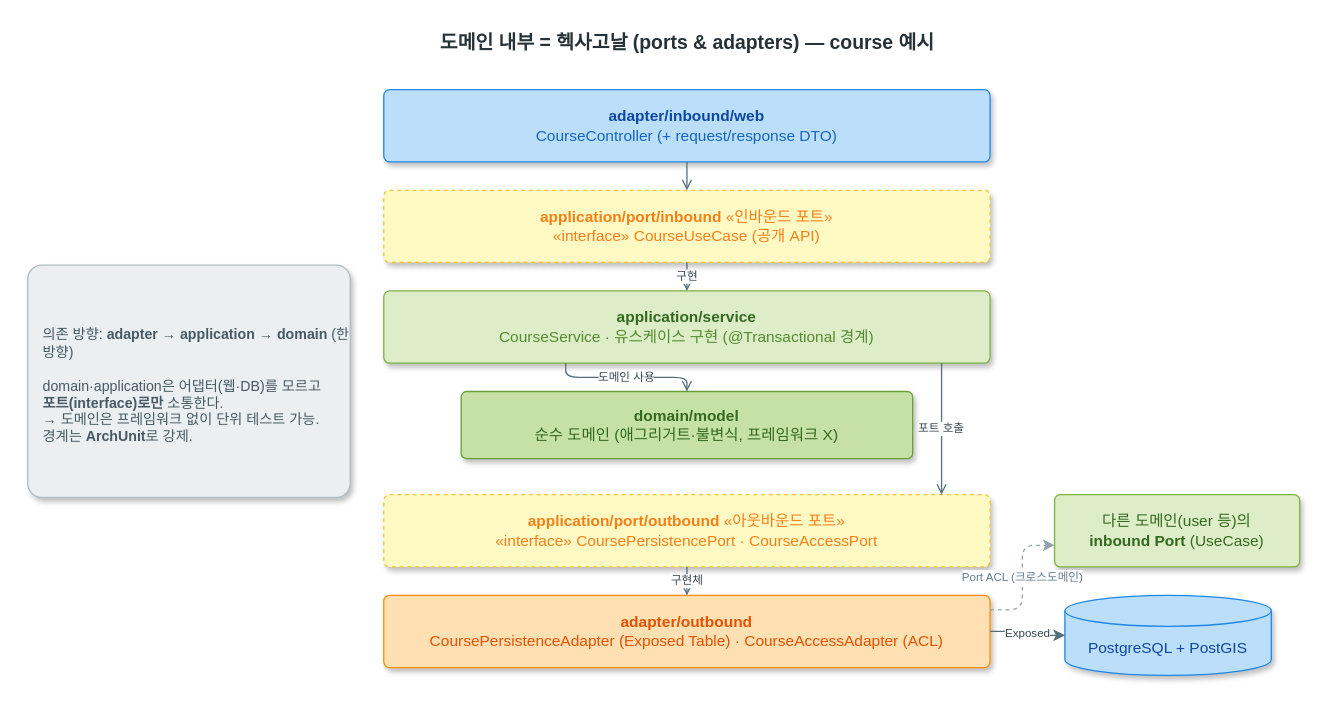
Before: docs/hexagonal.drawio in swmaestro-732/BackEnd, a draw.io diagram. Source tidied: cells renumbered, new cells numbered last; positions are measured from the earlier drawing's top-left corner, leaving out a move shared by most shapes. Both pictures are drawn from the tidied source at 129%, with x=0, y=0 at pixel (27, 22).
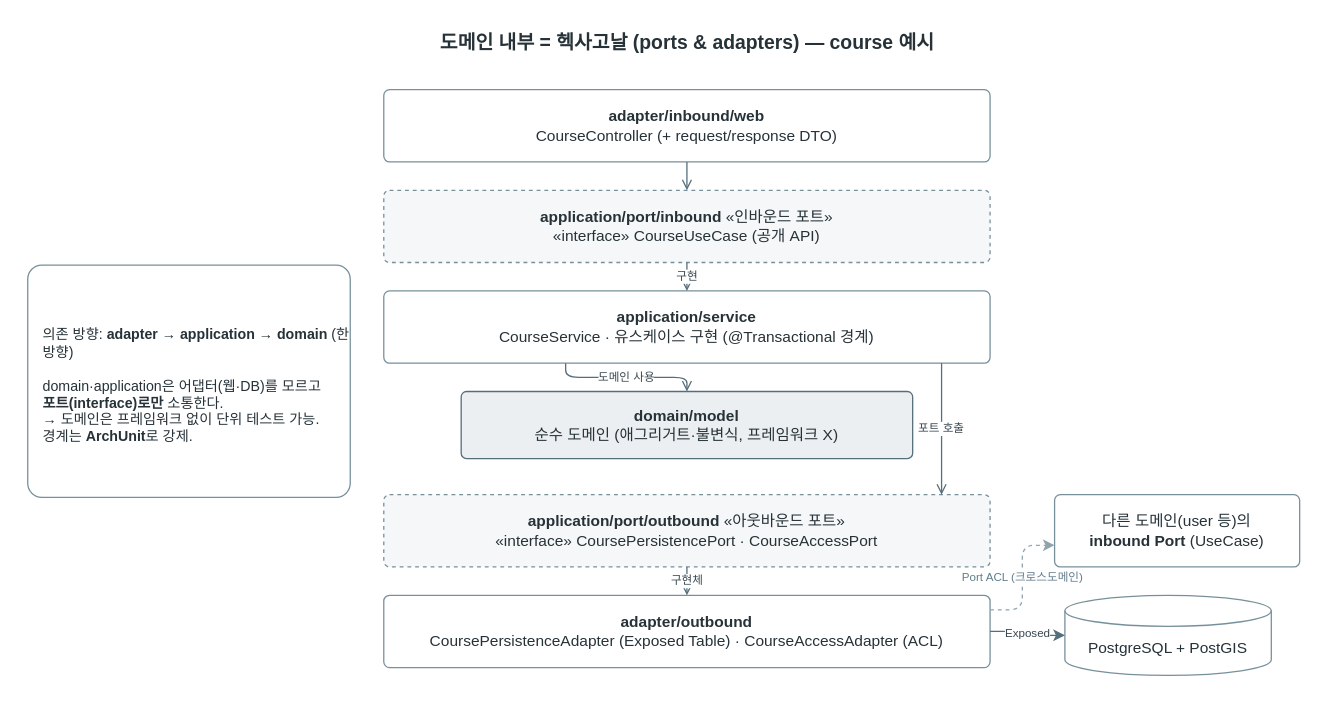
After the change.

Commit message (it also covers changes not shown here):
docs: 헥사고날 다이어그램 무채색 정리, 모니터링을 Grafana 아이콘으로 교체 (SCRUM-557)

What changed in the source:
```diff
@@
 <mxGraphModel>
   <root>
     <mxCell id="0" />
     <mxCell id="1" parent="0" />
     <mxCell id="2" value="도메인 내부 = 헥사고날 (ports &amp; adapters) — course 예시" style="text;html=1;fontStyle=1;fontSize=15;align=center;fontColor=#263238;" parent="1" vertex="1">
       <mxGeometry x="276" width="470" height="30" as="geometry" />
     </mxCell>
-    <mxCell id="3" value="&lt;b&gt;adapter/inbound/web&lt;/b&gt;&lt;br&gt;&lt;font color=&quot;#1565C0&quot;&gt;CourseController (+ request/response DTO)&lt;/font&gt;" style="rounded=1;whiteSpace=wrap;html=1;fillColor=#BBDEFB;strokeColor=#1E88E5;fontColor=#0D47A1;shadow=1;arcSize=8;" parent="1" vertex="1">
+    <mxCell id="3" value="&lt;b&gt;adapter/inbound/web&lt;/b&gt;&lt;br&gt;CourseController (+ request/response DTO)" style="rounded=1;whiteSpace=wrap;html=1;fillColor=#FFFFFF;strokeColor=#78909C;fontColor=#263238;arcSize=8;" parent="1" vertex="1">
       <mxGeometry x="276" y="52" width="470" height="56" as="geometry" />
     </mxCell>
-    <mxCell id="4" value="&lt;b&gt;application/port/inbound&lt;/b&gt;  «인바운드 포트»&lt;br&gt;&lt;font color=&quot;#F57F17&quot;&gt;«interface» CourseUseCase (공개 API)&lt;/font&gt;" style="rounded=1;whiteSpace=wrap;html=1;fillColor=#FFF9C4;strokeColor=#FBC02D;fontColor=#F57F17;dashed=1;shadow=1;arcSize=8;" parent="1" vertex="1">
+    <mxCell id="4" value="&lt;b&gt;application/port/inbound&lt;/b&gt;  «인바운드 포트»&lt;br&gt;«interface» CourseUseCase (공개 API)" style="rounded=1;whiteSpace=wrap;html=1;fillColor=#F5F7F8;strokeColor=#78909C;fontColor=#263238;dashed=1;arcSize=8;" parent="1" vertex="1">
       <mxGeometry x="276" y="130" width="470" height="56" as="geometry" />
     </mxCell>
-    <mxCell id="5" value="&lt;b&gt;application/service&lt;/b&gt;&lt;br&gt;&lt;font color=&quot;#558B2F&quot;&gt;CourseService · 유스케이스 구현 (@Transactional 경계)&lt;/font&gt;" style="rounded=1;whiteSpace=wrap;html=1;fillColor=#DCEDC8;strokeColor=#7CB342;fontColor=#33691E;shadow=1;arcSize=8;" parent="1" vertex="1">
+    <mxCell id="5" value="&lt;b&gt;application/service&lt;/b&gt;&lt;br&gt;CourseService · 유스케이스 구현 (@Transactional 경계)" style="rounded=1;whiteSpace=wrap;html=1;fillColor=#FFFFFF;strokeColor=#78909C;fontColor=#263238;arcSize=8;" parent="1" vertex="1">
       <mxGeometry x="276" y="208" width="470" height="56" as="geometry" />
     </mxCell>
-    <mxCell id="6" value="&lt;b&gt;domain/model&lt;/b&gt;&lt;br&gt;&lt;font color=&quot;#33691E&quot;&gt;순수 도메인 (애그리거트·불변식, 프레임워크 X)&lt;/font&gt;" style="rounded=1;whiteSpace=wrap;html=1;fillColor=#C5E1A5;strokeColor=#689F38;fontColor=#33691E;shadow=1;arcSize=8;" parent="1" vertex="1">
+    <mxCell id="6" value="&lt;b&gt;domain/model&lt;/b&gt;&lt;br&gt;순수 도메인 (애그리거트·불변식, 프레임워크 X)" style="rounded=1;whiteSpace=wrap;html=1;fillColor=#ECEFF1;strokeColor=#546E7A;fontColor=#263238;arcSize=8;" parent="1" vertex="1">
       <mxGeometry x="336" y="286" width="350" height="52" as="geometry" />
     </mxCell>
-    <mxCell id="7" value="&lt;b&gt;application/port/outbound&lt;/b&gt;  «아웃바운드 포트»&lt;br&gt;&lt;font color=&quot;#F57F17&quot;&gt;«interface» CoursePersistencePort · CourseAccessPort&lt;/font&gt;" style="rounded=1;whiteSpace=wrap;html=1;fillColor=#FFF9C4;strokeColor=#FBC02D;fontColor=#F57F17;dashed=1;shadow=1;arcSize=8;" parent="1" vertex="1">
+    <mxCell id="7" value="&lt;b&gt;application/port/outbound&lt;/b&gt;  «아웃바운드 포트»&lt;br&gt;«interface» CoursePersistencePort · CourseAccessPort" style="rounded=1;whiteSpace=wrap;html=1;fillColor=#F5F7F8;strokeColor=#78909C;fontColor=#263238;dashed=1;arcSize=8;" parent="1" vertex="1">
       <mxGeometry x="276" y="366" width="470" height="56" as="geometry" />
     </mxCell>
-    <mxCell id="8" value="&lt;b&gt;adapter/outbound&lt;/b&gt;&lt;br&gt;&lt;font color=&quot;#E65100&quot;&gt;CoursePersistenceAdapter (Exposed Table) · CourseAccessAdapter (ACL)&lt;/font&gt;" style="rounded=1;whiteSpace=wrap;html=1;fillColor=#FFE0B2;strokeColor=#FB8C00;fontColor=#E65100;shadow=1;arcSize=8;" parent="1" vertex="1">
+    <mxCell id="8" value="&lt;b&gt;adapter/outbound&lt;/b&gt;&lt;br&gt;CoursePersistenceAdapter (Exposed Table) · CourseAccessAdapter (ACL)" style="rounded=1;whiteSpace=wrap;html=1;fillColor=#FFFFFF;strokeColor=#78909C;fontColor=#263238;arcSize=8;" parent="1" vertex="1">
       <mxGeometry x="276" y="444" width="470" height="56" as="geometry" />
     </mxCell>
-    <mxCell id="9" value="다른 도메인(user 등)의&lt;br&gt;&lt;b&gt;inbound Port&lt;/b&gt; (UseCase)" style="rounded=1;whiteSpace=wrap;html=1;fillColor=#DCEDC8;strokeColor=#7CB342;fontColor=#33691E;shadow=1;arcSize=8;" parent="1" vertex="1">
+    <mxCell id="9" value="다른 도메인(user 등)의&lt;br&gt;&lt;b&gt;inbound Port&lt;/b&gt; (UseCase)" style="rounded=1;whiteSpace=wrap;html=1;fillColor=#FFFFFF;strokeColor=#78909C;fontColor=#263238;arcSize=8;" parent="1" vertex="1">
       <mxGeometry x="796" y="366" width="190" height="56" as="geometry" />
     </mxCell>
-    <mxCell id="10" value="PostgreSQL + PostGIS" style="shape=cylinder3;whiteSpace=wrap;html=1;boundedLbl=1;backgroundOutline=1;size=12;fillColor=#BBDEFB;strokeColor=#1E88E5;fontColor=#0D47A1;shadow=1;" parent="1" vertex="1">
+    <mxCell id="10" value="PostgreSQL + PostGIS" style="shape=cylinder3;whiteSpace=wrap;html=1;boundedLbl=1;backgroundOutline=1;size=12;fillColor=#FFFFFF;strokeColor=#78909C;fontColor=#263238;" parent="1" vertex="1">
       <mxGeometry x="804" y="444" width="160" height="62" as="geometry" />
     </mxCell>
-    <mxCell id="11" value="의존 방향: &lt;b&gt;adapter → application → domain&lt;/b&gt; (한 방향)&lt;br&gt;&lt;br&gt;domain·application은 어댑터(웹·DB)를 모르고&lt;br&gt;&lt;b&gt;포트(interface)로만&lt;/b&gt; 소통한다.&lt;br&gt;→ 도메인은 프레임워크 없이 단위 테스트 가능.&lt;br&gt;경계는 &lt;b&gt;ArchUnit&lt;/b&gt;로 강제." style="rounded=1;whiteSpace=wrap;html=1;fillColor=#ECEFF1;strokeColor=#B0BEC5;fontColor=#455A64;fontSize=11;align=left;spacingLeft=10;spacingTop=8;shadow=1;arcSize=6;" parent="1" vertex="1">
+    <mxCell id="11" value="의존 방향: &lt;b&gt;adapter → application → domain&lt;/b&gt; (한 방향)&lt;br&gt;&lt;br&gt;domain·application은 어댑터(웹·DB)를 모르고&lt;br&gt;&lt;b&gt;포트(interface)로만&lt;/b&gt; 소통한다.&lt;br&gt;→ 도메인은 프레임워크 없이 단위 테스트 가능.&lt;br&gt;경계는 &lt;b&gt;ArchUnit&lt;/b&gt;로 강제." style="rounded=1;whiteSpace=wrap;html=1;fillColor=#FFFFFF;strokeColor=#78909C;fontColor=#263238;fontSize=11;align=left;spacingLeft=10;spacingTop=8;arcSize=6;" parent="1" vertex="1">
       <mxGeometry y="188" width="250" height="180" as="geometry" />
     </mxCell>
     <mxCell id="12" style="edgeStyle=orthogonalEdgeStyle;rounded=1;html=1;endArrow=open;strokeColor=#546E7A;" parent="1" edge="1" source="3" target="4">
       <mxGeometry relative="1" as="geometry" />
     </mxCell>
     <mxCell id="13" value="구현" style="edgeStyle=orthogonalEdgeStyle;rounded=1;html=1;endArrow=open;strokeColor=#546E7A;fontSize=9;fontColor=#37474F;" parent="1" edge="1" source="4" target="5">
       <mxGeometry relative="1" as="geometry" />
     </mxCell>
     <mxCell id="14" value="도메인 사용" style="edgeStyle=orthogonalEdgeStyle;rounded=1;html=1;endArrow=open;strokeColor=#546E7A;fontSize=9;fontColor=#37474F;exitX=0.3;exitY=1;entryX=0.5;entryY=0;" parent="1" edge="1" source="5" target="6">
       <mxGeometry relative="1" as="geometry" />
     </mxCell>
     <mxCell id="15" value="포트 호출" style="edgeStyle=orthogonalEdgeStyle;rounded=1;html=1;endArrow=open;strokeColor=#546E7A;fontSize=9;fontColor=#37474F;exitX=0.92;exitY=1;entryX=0.92;entryY=0;" parent="1" edge="1" source="5" target="7">
       <mxGeometry relative="1" as="geometry" />
     </mxCell>
     <mxCell id="16" value="구현체" style="edgeStyle=orthogonalEdgeStyle;rounded=1;html=1;endArrow=open;strokeColor=#546E7A;fontSize=9;fontColor=#37474F;exitX=0.5;exitY=1;entryX=0.5;entryY=0;" parent="1" edge="1" source="7" target="8">
       <mxGeometry relative="1" as="geometry" />
     </mxCell>
     <mxCell id="17" value="Exposed" style="edgeStyle=orthogonalEdgeStyle;rounded=1;html=1;strokeColor=#546E7A;fontSize=9;fontColor=#37474F;exitX=1;exitY=0.5;entryX=0;entryY=0.5;" parent="1" edge="1" source="8" target="10">
       <mxGeometry relative="1" as="geometry" />
     </mxCell>
     <mxCell id="18" value="Port ACL (크로스도메인)" style="edgeStyle=orthogonalEdgeStyle;rounded=1;html=1;dashed=1;strokeColor=#90A4AE;fontSize=9;fontColor=#607D8B;exitX=1;exitY=0.2;entryX=0;entryY=0.7;" parent="1" edge="1" source="8" target="9">
       <mxGeometry relative="1" as="geometry" />
     </mxCell>
   </root>
 </mxGraphModel>
```
